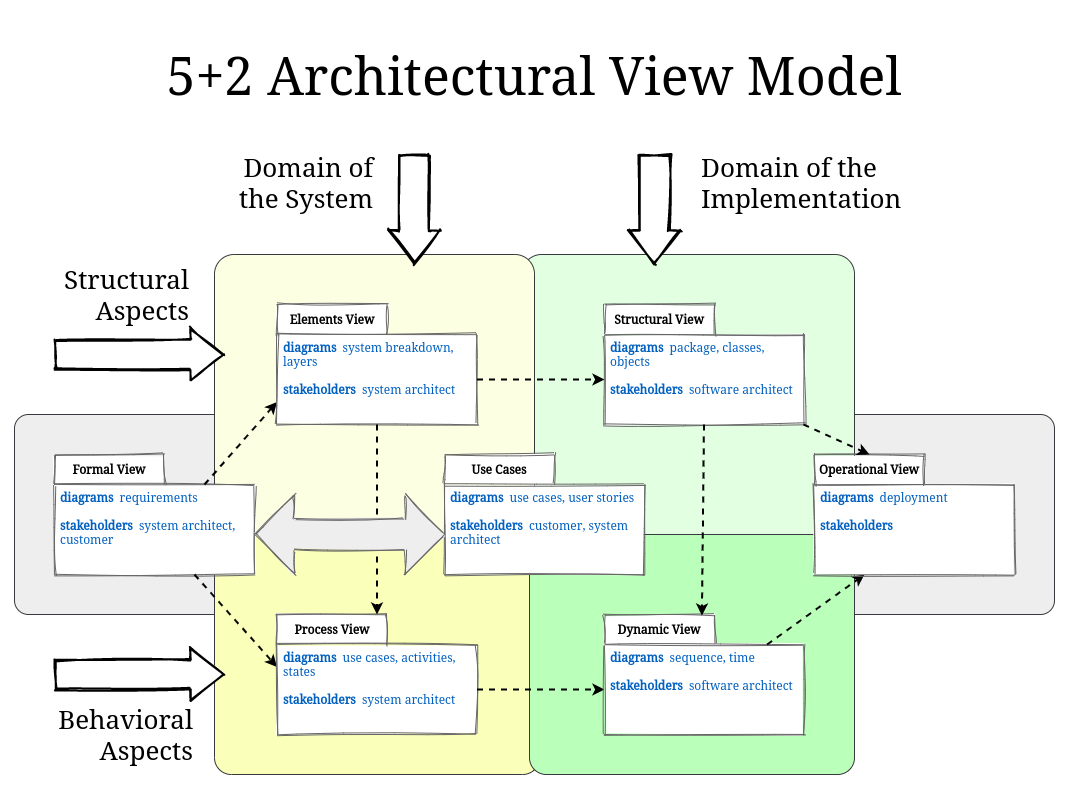
Above: overview.png in rocher/5p2-avm (draw.io), before the change. Source tidied: cells renumbered, new cells last; positions are measured from the earlier drawing's top-left corner, leaving out a move shared by most shapes.
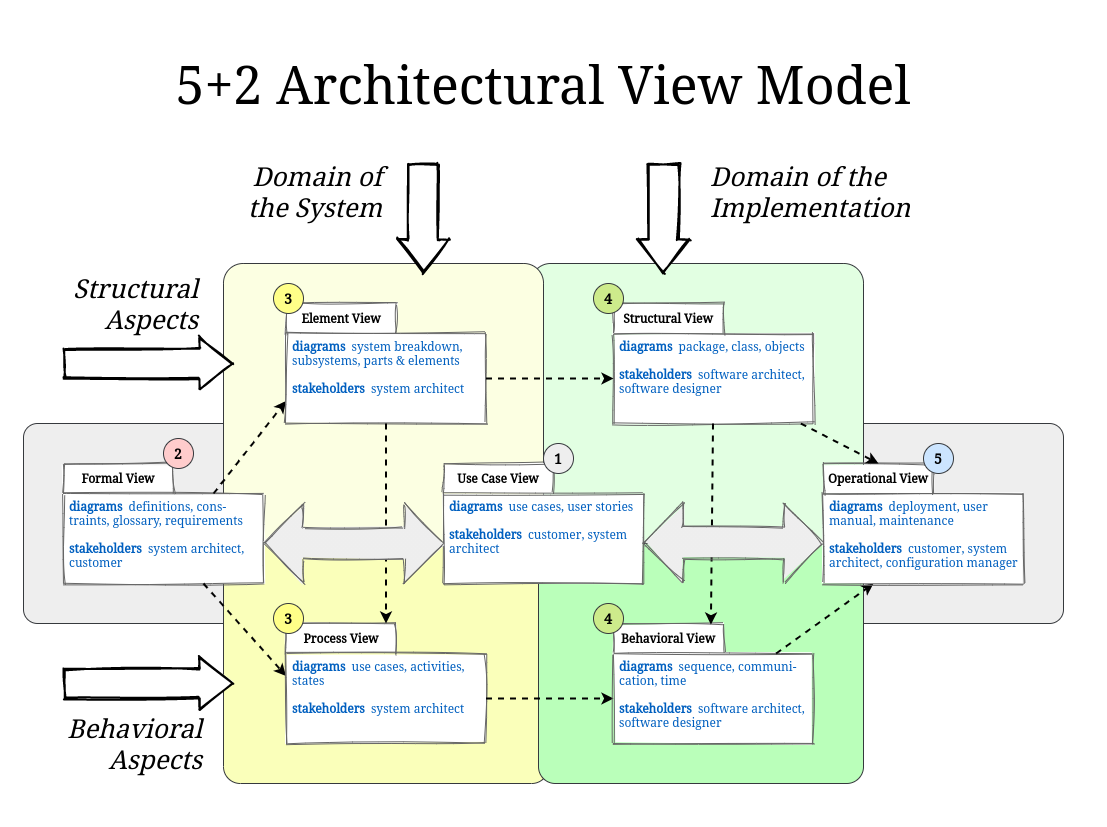
Later version of the same file.

Change to the diagram source:
```diff
@@ -21,13 +21,13 @@
       <mxGeometry x="515" y="520" width="325" height="240" as="geometry" />
     </mxCell>
     <mxCell id="8" style="shape=folder;fontStyle=1;spacingTop=30;tabWidth=110;tabHeight=30;tabPosition=left;html=1;align=left;verticalAlign=top;whiteSpace=wrap;spacingLeft=4;sketch=1;shadow=0;fontFamily=Noto Serif;fontSource=https%3A%2F%2Ffonts.googleapis.com%2Fcss%3Ffamily%3DNoto%2BSerif;strokeColor=#666666;" parent="1" vertex="1">
-      <mxGeometry x="430" y="440" width="200" height="120" as="geometry" />
+      <mxGeometry x="420" y="440" width="200" height="120" as="geometry" />
     </mxCell>
-    <mxCell id="9" value="Use Cases" style="text;html=1;strokeColor=none;fillColor=none;align=center;verticalAlign=middle;whiteSpace=wrap;rounded=0;spacingLeft=0;fontFamily=Noto Serif;fontSource=https%3A%2F%2Ffonts.googleapis.com%2Fcss%3Ffamily%3DNoto%2BSerif;fontStyle=1;" parent="1" vertex="1">
-      <mxGeometry x="430" y="445" width="110" height="20" as="geometry" />
+    <mxCell id="9" value="Use Case View" style="text;html=1;strokeColor=none;fillColor=none;align=center;verticalAlign=middle;whiteSpace=wrap;rounded=0;spacingLeft=0;fontFamily=Noto Serif;fontSource=https%3A%2F%2Ffonts.googleapis.com%2Fcss%3Ffamily%3DNoto%2BSerif;fontStyle=1;" parent="1" vertex="1">
+      <mxGeometry x="420" y="445" width="110" height="20" as="geometry" />
     </mxCell>
     <mxCell id="10" value="&lt;b&gt;diagrams&lt;/b&gt;&amp;nbsp; use cases, user stories&lt;br&gt;&lt;br&gt;&lt;b&gt;stakeholders&lt;/b&gt;&amp;nbsp; customer, system architect" style="text;html=1;strokeColor=none;fillColor=none;align=left;verticalAlign=top;whiteSpace=wrap;rounded=0;spacingLeft=4;fontFamily=Noto Serif;fontSource=https%3A%2F%2Ffonts.googleapis.com%2Fcss%3Ffamily%3DNoto%2BSerif;fontColor=#005FBF;" parent="1" vertex="1">
-      <mxGeometry x="430" y="470" width="200" height="90" as="geometry" />
+      <mxGeometry x="420" y="470" width="200" height="90" as="geometry" />
     </mxCell>
     <mxCell id="11" style="shape=folder;fontStyle=1;spacingTop=30;tabWidth=110;tabHeight=30;tabPosition=left;html=1;align=left;verticalAlign=top;whiteSpace=wrap;spacingLeft=4;sketch=1;shadow=0;fontFamily=Noto Serif;fontSource=https%3A%2F%2Ffonts.googleapis.com%2Fcss%3Ffamily%3DNoto%2BSerif;strokeColor=#666666;" parent="1" vertex="1">
       <mxGeometry x="40" y="440" width="200" height="120" as="geometry" />
@@ -41,7 +41,7 @@
     <mxCell id="14" style="edgeStyle=none;rounded=1;sketch=0;jettySize=auto;html=1;entryX=0;entryY=0.25;entryDx=0;entryDy=0;shadow=0;dashed=1;fontFamily=Noto Serif;fontSource=https%3A%2F%2Ffonts.googleapis.com%2Fcss%3Ffamily%3DNoto%2BSerif;fontSize=26;fontColor=#000000;strokeWidth=2;fillColor=#ffffff;align=left;" parent="1" edge="1" source="15" target="19">
       <mxGeometry relative="1" as="geometry" />
     </mxCell>
-    <mxCell id="15" value="&lt;b&gt;diagrams&lt;/b&gt;&amp;nbsp; requirements&lt;br&gt;&lt;br&gt;&lt;b&gt;stakeholders&lt;/b&gt;&amp;nbsp; system architect, customer" style="text;html=1;strokeColor=none;fillColor=none;align=left;verticalAlign=top;whiteSpace=wrap;rounded=0;spacingLeft=4;fontFamily=Noto Serif;fontSource=https%3A%2F%2Ffonts.googleapis.com%2Fcss%3Ffamily%3DNoto%2BSerif;fontColor=#005FBF;" parent="1" vertex="1">
+    <mxCell id="15" value="&lt;b&gt;diagrams&lt;/b&gt;&amp;nbsp; definitions, cons-traints, glossary, requirements&lt;br&gt;&lt;br&gt;&lt;b&gt;stakeholders&lt;/b&gt;&amp;nbsp; system architect, customer" style="text;html=1;strokeColor=none;fillColor=none;align=left;verticalAlign=top;whiteSpace=wrap;rounded=0;spacingLeft=4;fontFamily=Noto Serif;fontSource=https%3A%2F%2Ffonts.googleapis.com%2Fcss%3Ffamily%3DNoto%2BSerif;fontColor=#005FBF;" parent="1" vertex="1">
       <mxGeometry x="40" y="470" width="200" height="90" as="geometry" />
     </mxCell>
     <mxCell id="16" style="shape=folder;fontStyle=1;spacingTop=30;tabWidth=110;tabHeight=30;tabPosition=left;html=1;align=left;verticalAlign=top;whiteSpace=wrap;spacingLeft=4;sketch=1;shadow=0;fontFamily=Noto Serif;fontSource=https%3A%2F%2Ffonts.googleapis.com%2Fcss%3Ffamily%3DNoto%2BSerif;strokeColor=#666666;" parent="1" vertex="1">
@@ -59,13 +59,13 @@
     <mxCell id="20" style="shape=folder;fontStyle=1;spacingTop=30;tabWidth=110;tabHeight=30;tabPosition=left;html=1;align=left;verticalAlign=top;whiteSpace=wrap;spacingLeft=4;sketch=1;shadow=0;fontFamily=Noto Serif;fontSource=https%3A%2F%2Ffonts.googleapis.com%2Fcss%3Ffamily%3DNoto%2BSerif;strokeColor=#666666;" parent="1" vertex="1">
       <mxGeometry x="590" y="600" width="200" height="120" as="geometry" />
     </mxCell>
-    <mxCell id="21" value="Dynamic View" style="text;html=1;strokeColor=none;fillColor=none;align=center;verticalAlign=middle;whiteSpace=wrap;rounded=0;spacingLeft=0;fontFamily=Noto Serif;fontSource=https%3A%2F%2Ffonts.googleapis.com%2Fcss%3Ffamily%3DNoto%2BSerif;fontStyle=1;" parent="1" vertex="1">
+    <mxCell id="21" value="Behavioral View" style="text;html=1;strokeColor=none;fillColor=none;align=center;verticalAlign=middle;whiteSpace=wrap;rounded=0;spacingLeft=0;fontFamily=Noto Serif;fontSource=https%3A%2F%2Ffonts.googleapis.com%2Fcss%3Ffamily%3DNoto%2BSerif;fontStyle=1;" parent="1" vertex="1">
       <mxGeometry x="590" y="605" width="110" height="20" as="geometry" />
     </mxCell>
     <mxCell id="22" style="edgeStyle=none;rounded=1;sketch=0;jettySize=auto;html=1;entryX=0.25;entryY=1;entryDx=0;entryDy=0;shadow=0;dashed=1;fontFamily=Noto Serif;fontSource=https%3A%2F%2Ffonts.googleapis.com%2Fcss%3Ffamily%3DNoto%2BSerif;fontSize=26;fontColor=#000000;strokeWidth=2;fillColor=#ffffff;align=left;" parent="1" edge="1" source="23" target="26">
       <mxGeometry relative="1" as="geometry" />
     </mxCell>
-    <mxCell id="23" value="&lt;b&gt;diagrams&lt;/b&gt;&amp;nbsp; sequence, time&lt;br&gt;&lt;br&gt;&lt;b&gt;stakeholders&lt;/b&gt;&amp;nbsp; software architect" style="text;html=1;strokeColor=none;fillColor=none;align=left;verticalAlign=top;whiteSpace=wrap;rounded=0;spacingLeft=4;fontFamily=Noto Serif;fontSource=https%3A%2F%2Ffonts.googleapis.com%2Fcss%3Ffamily%3DNoto%2BSerif;fontColor=#005FBF;" parent="1" vertex="1">
+    <mxCell id="23" value="&lt;b&gt;diagrams&lt;/b&gt;&amp;nbsp; sequence, communi-cation, time&lt;br&gt;&lt;br&gt;&lt;b&gt;stakeholders&lt;/b&gt;&amp;nbsp; software architect, software designer" style="text;html=1;strokeColor=none;fillColor=none;align=left;verticalAlign=top;rounded=0;spacingLeft=4;fontFamily=Noto Serif;fontSource=https%3A%2F%2Ffonts.googleapis.com%2Fcss%3Ffamily%3DNoto%2BSerif;fontColor=#005FBF;whiteSpace=wrap;" parent="1" vertex="1">
       <mxGeometry x="590" y="630" width="200" height="90" as="geometry" />
     </mxCell>
     <mxCell id="24" style="shape=folder;fontStyle=1;spacingTop=30;tabWidth=110;tabHeight=30;tabPosition=left;html=1;align=left;verticalAlign=top;whiteSpace=wrap;spacingLeft=4;sketch=1;shadow=0;fontFamily=Noto Serif;fontSource=https%3A%2F%2Ffonts.googleapis.com%2Fcss%3Ffamily%3DNoto%2BSerif;strokeColor=#666666;" parent="1" vertex="1">
@@ -74,14 +74,14 @@
     <mxCell id="25" value="Operational View" style="text;html=1;strokeColor=none;fillColor=none;align=center;verticalAlign=middle;whiteSpace=wrap;rounded=0;spacingLeft=0;fontFamily=Noto Serif;fontSource=https%3A%2F%2Ffonts.googleapis.com%2Fcss%3Ffamily%3DNoto%2BSerif;fontStyle=1;" parent="1" vertex="1">
       <mxGeometry x="800" y="445" width="110" height="20" as="geometry" />
     </mxCell>
-    <mxCell id="26" value="&lt;b&gt;diagrams&lt;/b&gt;&amp;nbsp; deployment&lt;br&gt;&lt;br&gt;&lt;b&gt;stakeholders&lt;/b&gt;&amp;nbsp;&amp;nbsp;" style="text;html=1;strokeColor=none;fillColor=none;align=left;verticalAlign=top;whiteSpace=wrap;rounded=0;spacingLeft=4;fontFamily=Noto Serif;fontSource=https%3A%2F%2Ffonts.googleapis.com%2Fcss%3Ffamily%3DNoto%2BSerif;fontColor=#005FBF;" parent="1" vertex="1">
+    <mxCell id="26" value="&lt;b&gt;diagrams&lt;/b&gt;&amp;nbsp; deployment, user manual, maintenance&lt;br&gt;&lt;br&gt;&lt;b&gt;stakeholders&lt;/b&gt;&amp;nbsp; customer, system architect, configuration manager" style="text;html=1;strokeColor=none;fillColor=none;align=left;verticalAlign=top;whiteSpace=wrap;rounded=0;spacingLeft=4;fontFamily=Noto Serif;fontSource=https%3A%2F%2Ffonts.googleapis.com%2Fcss%3Ffamily%3DNoto%2BSerif;fontColor=#005FBF;" parent="1" vertex="1">
       <mxGeometry x="800" y="470" width="200" height="90" as="geometry" />
     </mxCell>
     <mxCell id="27" style="shape=folder;fontStyle=1;spacingTop=30;tabWidth=110;tabHeight=30;tabPosition=left;html=1;align=left;verticalAlign=top;whiteSpace=wrap;spacingLeft=4;sketch=1;shadow=0;fontFamily=Noto Serif;fontSource=https%3A%2F%2Ffonts.googleapis.com%2Fcss%3Ffamily%3DNoto%2BSerif;strokeColor=#666666;" parent="1" vertex="1">
-      <mxGeometry x="590" y="290" width="200" height="120" as="geometry" />
+      <mxGeometry x="590" y="280" width="200" height="120" as="geometry" />
     </mxCell>
     <mxCell id="28" value="Structural View" style="text;html=1;strokeColor=none;fillColor=none;align=center;verticalAlign=middle;whiteSpace=wrap;rounded=0;spacingLeft=0;fontFamily=Noto Serif;fontSource=https%3A%2F%2Ffonts.googleapis.com%2Fcss%3Ffamily%3DNoto%2BSerif;fontStyle=1;" parent="1" vertex="1">
-      <mxGeometry x="590" y="295" width="110" height="20" as="geometry" />
+      <mxGeometry x="590" y="285" width="110" height="20" as="geometry" />
     </mxCell>
     <mxCell id="29" style="edgeStyle=none;rounded=1;sketch=0;jettySize=auto;html=1;entryX=0.487;entryY=0.009;entryDx=0;entryDy=0;entryPerimeter=0;shadow=0;dashed=1;fontFamily=Noto Serif;fontSource=https%3A%2F%2Ffonts.googleapis.com%2Fcss%3Ffamily%3DNoto%2BSerif;fontSize=26;fontColor=#000000;strokeWidth=2;fillColor=#ffffff;align=left;" parent="1" edge="1" source="31" target="20">
       <mxGeometry relative="1" as="geometry" />
@@ -89,14 +89,14 @@
     <mxCell id="30" style="edgeStyle=none;rounded=1;sketch=0;jettySize=auto;html=1;entryX=0;entryY=0;entryDx=55;entryDy=0;entryPerimeter=0;shadow=0;dashed=1;fontFamily=Noto Serif;fontSource=https%3A%2F%2Ffonts.googleapis.com%2Fcss%3Ffamily%3DNoto%2BSerif;fontSize=26;fontColor=#000000;strokeWidth=2;fillColor=#ffffff;align=left;" parent="1" edge="1" source="31" target="24">
       <mxGeometry relative="1" as="geometry" />
     </mxCell>
-    <mxCell id="31" value="&lt;b&gt;diagrams&lt;/b&gt;&amp;nbsp; package, classes, objects&lt;br&gt;&lt;br&gt;&lt;b&gt;stakeholders&lt;/b&gt;&amp;nbsp; software architect" style="text;html=1;strokeColor=none;fillColor=none;align=left;verticalAlign=top;whiteSpace=wrap;rounded=0;spacingLeft=4;fontFamily=Noto Serif;fontSource=https%3A%2F%2Ffonts.googleapis.com%2Fcss%3Ffamily%3DNoto%2BSerif;fontColor=#005FBF;" parent="1" vertex="1">
-      <mxGeometry x="590" y="320" width="200" height="90" as="geometry" />
+    <mxCell id="31" value="&lt;b&gt;diagrams&lt;/b&gt;&amp;nbsp; package, class, objects&lt;br&gt;&lt;br&gt;&lt;b&gt;stakeholders&lt;/b&gt;&amp;nbsp; software architect, software designer" style="text;html=1;strokeColor=none;fillColor=none;align=left;verticalAlign=top;whiteSpace=wrap;rounded=0;spacingLeft=4;fontFamily=Noto Serif;fontSource=https%3A%2F%2Ffonts.googleapis.com%2Fcss%3Ffamily%3DNoto%2BSerif;fontColor=#005FBF;" parent="1" vertex="1">
+      <mxGeometry x="590" y="310" width="200" height="90" as="geometry" />
     </mxCell>
     <mxCell id="32" style="shape=folder;fontStyle=1;spacingTop=30;tabWidth=110;tabHeight=30;tabPosition=left;html=1;align=left;verticalAlign=top;whiteSpace=wrap;spacingLeft=4;sketch=1;shadow=0;fontFamily=Noto Serif;fontSource=https%3A%2F%2Ffonts.googleapis.com%2Fcss%3Ffamily%3DNoto%2BSerif;strokeColor=#666666;" parent="1" vertex="1">
-      <mxGeometry x="262.5" y="290" width="200" height="120" as="geometry" />
+      <mxGeometry x="262.5" y="280" width="200" height="120" as="geometry" />
     </mxCell>
-    <mxCell id="33" value="Elements View" style="text;html=1;strokeColor=none;fillColor=none;align=center;verticalAlign=middle;whiteSpace=wrap;rounded=0;spacingLeft=0;fontFamily=Noto Serif;fontSource=https%3A%2F%2Ffonts.googleapis.com%2Fcss%3Ffamily%3DNoto%2BSerif;fontStyle=1;" parent="1" vertex="1">
-      <mxGeometry x="262.5" y="295" width="110" height="20" as="geometry" />
+    <mxCell id="33" value="Element View" style="text;html=1;strokeColor=none;fillColor=none;align=center;verticalAlign=middle;whiteSpace=wrap;rounded=0;spacingLeft=0;fontFamily=Noto Serif;fontSource=https%3A%2F%2Ffonts.googleapis.com%2Fcss%3Ffamily%3DNoto%2BSerif;fontStyle=1;" parent="1" vertex="1">
+      <mxGeometry x="262.5" y="285" width="110" height="20" as="geometry" />
     </mxCell>
     <mxCell id="34" style="edgeStyle=none;rounded=1;sketch=0;jettySize=auto;html=1;entryX=0.5;entryY=0;entryDx=0;entryDy=0;entryPerimeter=0;shadow=0;dashed=1;fontFamily=Noto Serif;fontSource=https%3A%2F%2Ffonts.googleapis.com%2Fcss%3Ffamily%3DNoto%2BSerif;fontSize=26;fontColor=#000000;strokeWidth=2;fillColor=#ffffff;align=left;" parent="1" edge="1" source="36" target="16">
       <mxGeometry relative="1" as="geometry" />
@@ -104,38 +104,65 @@
     <mxCell id="35" style="edgeStyle=none;rounded=1;sketch=0;jettySize=auto;html=1;entryX=0;entryY=0.5;entryDx=0;entryDy=0;shadow=0;dashed=1;fontFamily=Noto Serif;fontSource=https%3A%2F%2Ffonts.googleapis.com%2Fcss%3Ffamily%3DNoto%2BSerif;fontSize=26;fontColor=#000000;strokeWidth=2;fillColor=#ffffff;align=left;" parent="1" edge="1" source="36" target="31">
       <mxGeometry relative="1" as="geometry" />
     </mxCell>
-    <mxCell id="36" value="&lt;b&gt;diagrams&lt;/b&gt;&amp;nbsp; system breakdown, layers&lt;br&gt;&lt;br&gt;&lt;b&gt;stakeholders&lt;/b&gt;&amp;nbsp; system architect" style="text;html=1;strokeColor=none;fillColor=none;align=left;verticalAlign=top;whiteSpace=wrap;rounded=0;spacingLeft=4;fontFamily=Noto Serif;fontSource=https%3A%2F%2Ffonts.googleapis.com%2Fcss%3Ffamily%3DNoto%2BSerif;fontColor=#005FBF;" parent="1" vertex="1">
-      <mxGeometry x="262.5" y="320" width="200" height="90" as="geometry" />
+    <mxCell id="36" value="&lt;b&gt;diagrams&lt;/b&gt;&amp;nbsp; system breakdown, subsystems, parts &amp;amp; elements&lt;br&gt;&lt;br&gt;&lt;b&gt;stakeholders&lt;/b&gt;&amp;nbsp; system architect" style="text;html=1;strokeColor=none;fillColor=none;align=left;verticalAlign=top;whiteSpace=wrap;rounded=0;spacingLeft=4;fontFamily=Noto Serif;fontSource=https%3A%2F%2Ffonts.googleapis.com%2Fcss%3Ffamily%3DNoto%2BSerif;fontColor=#005FBF;" parent="1" vertex="1">
+      <mxGeometry x="262.5" y="310" width="200" height="90" as="geometry" />
     </mxCell>
     <mxCell id="37" style="shape=flexArrow;endArrow=classic;startArrow=classic;html=1;fontFamily=Noto Serif;fontSource=https%3A%2F%2Ffonts.googleapis.com%2Fcss%3Ffamily%3DNoto%2BSerif;fontSize=36;fontColor=#005FBF;startWidth=46.42029439398684;startSize=12.70485436893204;width=31.93548387096774;endSize=12.70485436893204;endWidth=46.42029439398684;sketch=1;gradientDirection=north;fillColor=#EEEEEE;gradientColor=#EEEEEE;strokeColor=#666666;" parent="1" edge="1">
       <mxGeometry relative="1" as="geometry">
         <mxPoint x="240" y="520" as="sourcePoint" />
-        <mxPoint x="430" y="520" as="targetPoint" />
+        <mxPoint x="420" y="520" as="targetPoint" />
       </mxGeometry>
     </mxCell>
-    <mxCell id="38" value="Structural&lt;br&gt;Aspects" style="shape=flexArrow;endArrow=classic;html=1;fontFamily=Noto Serif;fontSource=https%3A%2F%2Ffonts.googleapis.com%2Fcss%3Ffamily%3DNoto%2BSerif;fontSize=26;width=29.142857142857142;endSize=10.382857142857144;strokeWidth=2;sketch=1;rounded=1;align=right;gradientDirection=north;fillColor=#ffffff;" parent="1" edge="1">
+    <mxCell id="38" value="Structural&lt;br&gt;Aspects" style="shape=flexArrow;endArrow=classic;html=1;fontFamily=Noto Serif;fontSource=https%3A%2F%2Ffonts.googleapis.com%2Fcss%3Ffamily%3DNoto%2BSerif;fontSize=26;width=29.142857142857142;endSize=10.382857142857144;strokeWidth=2;sketch=1;rounded=1;align=right;gradientDirection=north;fillColor=#ffffff;fontStyle=2;" parent="1" edge="1">
       <mxGeometry x="0.6" y="60" relative="1" as="geometry">
         <mxPoint x="40" y="340" as="sourcePoint" />
         <mxPoint x="210" y="340" as="targetPoint" />
       </mxGeometry>
     </mxCell>
-    <mxCell id="39" value="Behavioral&lt;br&gt;Aspects" style="shape=flexArrow;endArrow=classic;html=1;fontFamily=Noto Serif;fontSource=https%3A%2F%2Ffonts.googleapis.com%2Fcss%3Ffamily%3DNoto%2BSerif;fontSize=26;width=29.142857142857142;endSize=10.382857142857144;strokeWidth=2;sketch=1;rounded=1;align=right;fillColor=#ffffff;" parent="1" edge="1">
+    <mxCell id="39" value="Behavioral&lt;br&gt;Aspects" style="shape=flexArrow;endArrow=classic;html=1;fontFamily=Noto Serif;fontSource=https%3A%2F%2Ffonts.googleapis.com%2Fcss%3Ffamily%3DNoto%2BSerif;fontSize=26;width=29.142857142857142;endSize=10.382857142857144;strokeWidth=2;sketch=1;rounded=1;align=right;fillColor=#ffffff;fontStyle=2;" parent="1" edge="1">
       <mxGeometry x="0.65" y="-60" relative="1" as="geometry">
         <mxPoint x="40" y="660" as="sourcePoint" />
         <mxPoint x="210" y="660" as="targetPoint" />
       </mxGeometry>
     </mxCell>
-    <mxCell id="40" value="Domain of&lt;br&gt;the System" style="shape=flexArrow;endArrow=classic;html=1;fontFamily=Noto Serif;fontSource=https%3A%2F%2Ffonts.googleapis.com%2Fcss%3Ffamily%3DNoto%2BSerif;fontSize=26;width=29.142857142857142;endSize=10.382857142857144;strokeWidth=2;sketch=1;rounded=1;align=right;fillColor=#ffffff;" parent="1" edge="1">
+    <mxCell id="40" value="Domain of&lt;br&gt;the System" style="shape=flexArrow;endArrow=classic;html=1;fontFamily=Noto Serif;fontSource=https%3A%2F%2Ffonts.googleapis.com%2Fcss%3Ffamily%3DNoto%2BSerif;fontSize=26;width=29.142857142857142;endSize=10.382857142857144;strokeWidth=2;sketch=1;rounded=1;align=right;fillColor=#ffffff;fontStyle=2;" parent="1" edge="1">
       <mxGeometry x="-0.5" y="-40" relative="1" as="geometry">
         <mxPoint x="400" y="140" as="sourcePoint" />
         <mxPoint x="400" y="250" as="targetPoint" />
       </mxGeometry>
     </mxCell>
-    <mxCell id="41" value="Domain of the&lt;br&gt;Implementation" style="shape=flexArrow;endArrow=classic;html=1;fontFamily=Noto Serif;fontSource=https%3A%2F%2Ffonts.googleapis.com%2Fcss%3Ffamily%3DNoto%2BSerif;fontSize=26;width=29.142857142857142;endSize=10.382857142857144;strokeWidth=2;sketch=1;rounded=1;align=left;fillColor=#ffffff;" parent="1" edge="1">
+    <mxCell id="41" value="Domain of the&lt;br&gt;Implementation" style="shape=flexArrow;endArrow=classic;html=1;fontFamily=Noto Serif;fontSource=https%3A%2F%2Ffonts.googleapis.com%2Fcss%3Ffamily%3DNoto%2BSerif;fontSize=26;width=29.142857142857142;endSize=10.382857142857144;strokeWidth=2;sketch=1;rounded=1;align=left;fillColor=#ffffff;fontStyle=2;" parent="1" edge="1">
       <mxGeometry x="-0.5" y="45" relative="1" as="geometry">
         <mxPoint x="640.5" y="140" as="sourcePoint" />
         <mxPoint x="640" y="250" as="targetPoint" />
       </mxGeometry>
     </mxCell>
+    <mxCell id="42" value="2" style="ellipse;whiteSpace=wrap;html=1;fillColor=#ffcccc;fontStyle=1;fontFamily=Noto Serif;fontSource=https%3A%2F%2Ffonts.googleapis.com%2Fcss%3Ffamily%3DNoto%2BSerif;fontSize=14;strokeColor=#36393d;" parent="1" vertex="1">
+      <mxGeometry x="140" y="415" width="30" height="30" as="geometry" />
+    </mxCell>
+    <mxCell id="43" value="5" style="ellipse;whiteSpace=wrap;html=1;strokeColor=#36393d;fillColor=#cce5ff;fontStyle=1;fontFamily=Noto Serif;fontSource=https%3A%2F%2Ffonts.googleapis.com%2Fcss%3Ffamily%3DNoto%2BSerif;fontSize=14;" parent="1" vertex="1">
+      <mxGeometry x="900" y="420" width="30" height="30" as="geometry" />
+    </mxCell>
+    <mxCell id="44" value="4" style="ellipse;whiteSpace=wrap;html=1;strokeColor=#36393d;fillColor=#cdeb8b;fontStyle=1;fontFamily=Noto Serif;fontSource=https%3A%2F%2Ffonts.googleapis.com%2Fcss%3Ffamily%3DNoto%2BSerif;fontSize=14;" parent="1" vertex="1">
+      <mxGeometry x="570" y="580" width="30" height="30" as="geometry" />
+    </mxCell>
+    <mxCell id="45" value="4" style="ellipse;whiteSpace=wrap;html=1;strokeColor=#36393d;fillColor=#cdeb8b;fontStyle=1;fontFamily=Noto Serif;fontSource=https%3A%2F%2Ffonts.googleapis.com%2Fcss%3Ffamily%3DNoto%2BSerif;fontSize=14;" parent="1" vertex="1">
+      <mxGeometry x="570" y="260" width="30" height="30" as="geometry" />
+    </mxCell>
+    <mxCell id="46" value="3" style="ellipse;whiteSpace=wrap;html=1;strokeColor=#36393d;fontStyle=1;fontFamily=Noto Serif;fontSource=https%3A%2F%2Ffonts.googleapis.com%2Fcss%3Ffamily%3DNoto%2BSerif;fontSize=14;fillColor=#ffff88;" parent="1" vertex="1">
+      <mxGeometry x="250" y="580" width="30" height="30" as="geometry" />
+    </mxCell>
+    <mxCell id="47" value="1" style="ellipse;whiteSpace=wrap;html=1;fontStyle=1;fontFamily=Noto Serif;fontSource=https%3A%2F%2Ffonts.googleapis.com%2Fcss%3Ffamily%3DNoto%2BSerif;fontSize=14;fillColor=#eeeeee;strokeColor=#36393d;" parent="1" vertex="1">
+      <mxGeometry x="520" y="420" width="30" height="30" as="geometry" />
+    </mxCell>
+    <mxCell id="48" value="3" style="ellipse;whiteSpace=wrap;html=1;strokeColor=#36393d;fontStyle=1;fontFamily=Noto Serif;fontSource=https%3A%2F%2Ffonts.googleapis.com%2Fcss%3Ffamily%3DNoto%2BSerif;fontSize=14;fillColor=#ffff88;" parent="1" vertex="1">
+      <mxGeometry x="250" y="260" width="30" height="30" as="geometry" />
+    </mxCell>
+    <mxCell id="49" style="shape=flexArrow;endArrow=classic;startArrow=classic;html=1;fontFamily=Noto Serif;fontSource=https%3A%2F%2Ffonts.googleapis.com%2Fcss%3Ffamily%3DNoto%2BSerif;fontSize=36;fontColor=#005FBF;startWidth=46.42029439398684;startSize=12.70485436893204;width=31.93548387096774;endSize=12.70485436893204;endWidth=46.42029439398684;sketch=1;gradientDirection=north;fillColor=#EEEEEE;gradientColor=#EEEEEE;strokeColor=#666666;" parent="1" edge="1">
+      <mxGeometry relative="1" as="geometry">
+        <mxPoint x="620" y="519.3" as="sourcePoint" />
+        <mxPoint x="800" y="519.3" as="targetPoint" />
+      </mxGeometry>
+    </mxCell>
   </root>
 </mxGraphModel>
```
